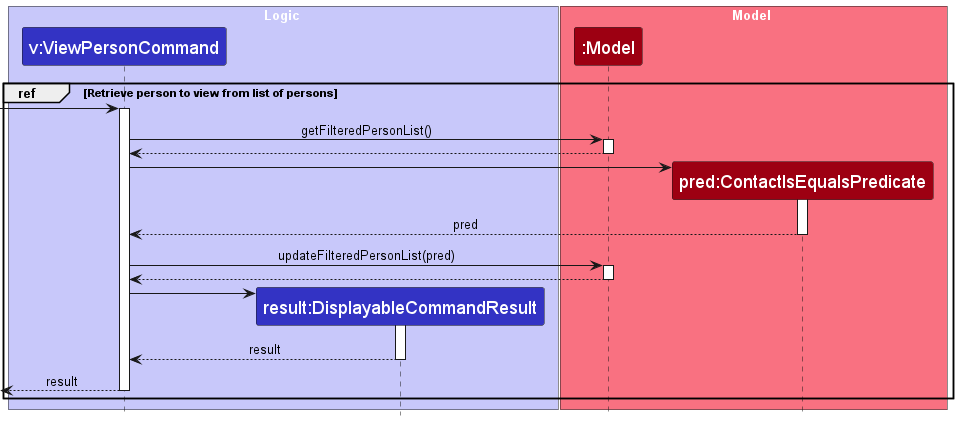
Before: docs/images/RetrievePersonRefSequenceDiagram.png, a diagram exported from PlantUML (oeggy03/tp).
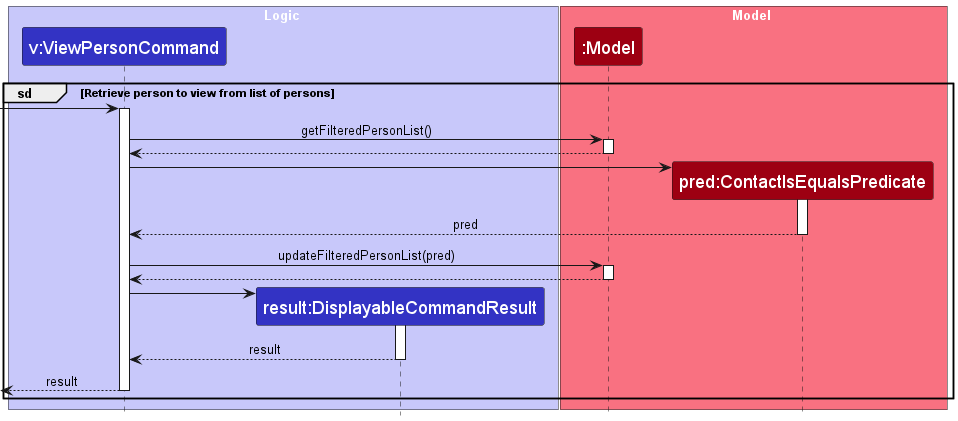
After the commit.

Commit message:
Fix mistakes in sequence diagrams

What changed in the source:
```diff
@@ -1,5 +1,5 @@
 @startuml
-group ref [Retrieve person to view from list of persons]
+group sd [Retrieve person to view from list of persons]
     !include style.puml
     skinparam ArrowFontStyle plain
     skinparam sequenceReferenceBackgroundColor white
```
